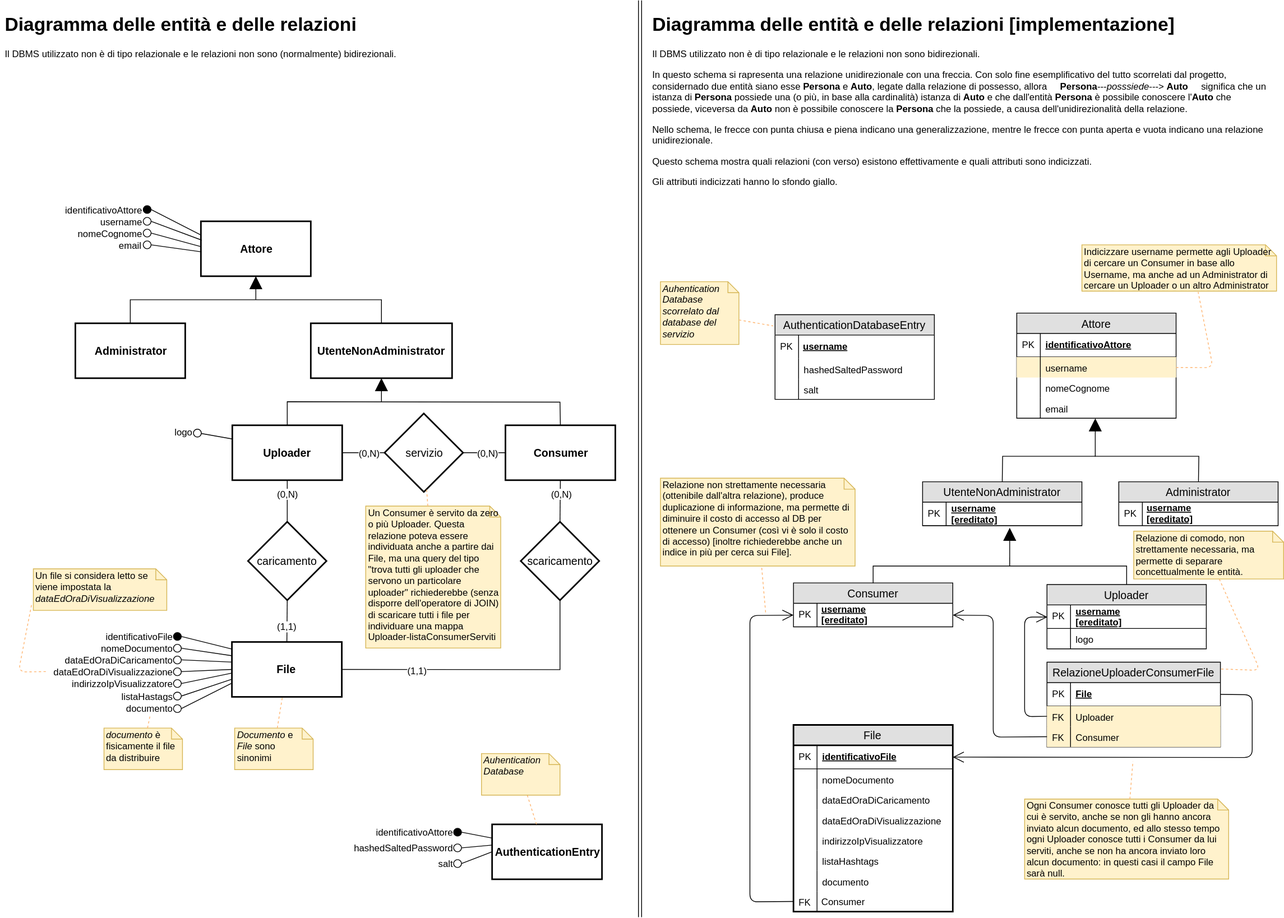
Before: algoritmi schemi e note progettuali/diagramma ER/diagramma_er.svg, a diagram exported from draw.io (matteoferfoglia/progetto-progrweb-2020). Source tidied: cells renumbered, new cells last; positions are measured from the earlier drawing's top-left corner, leaving out a move shared by most shapes.
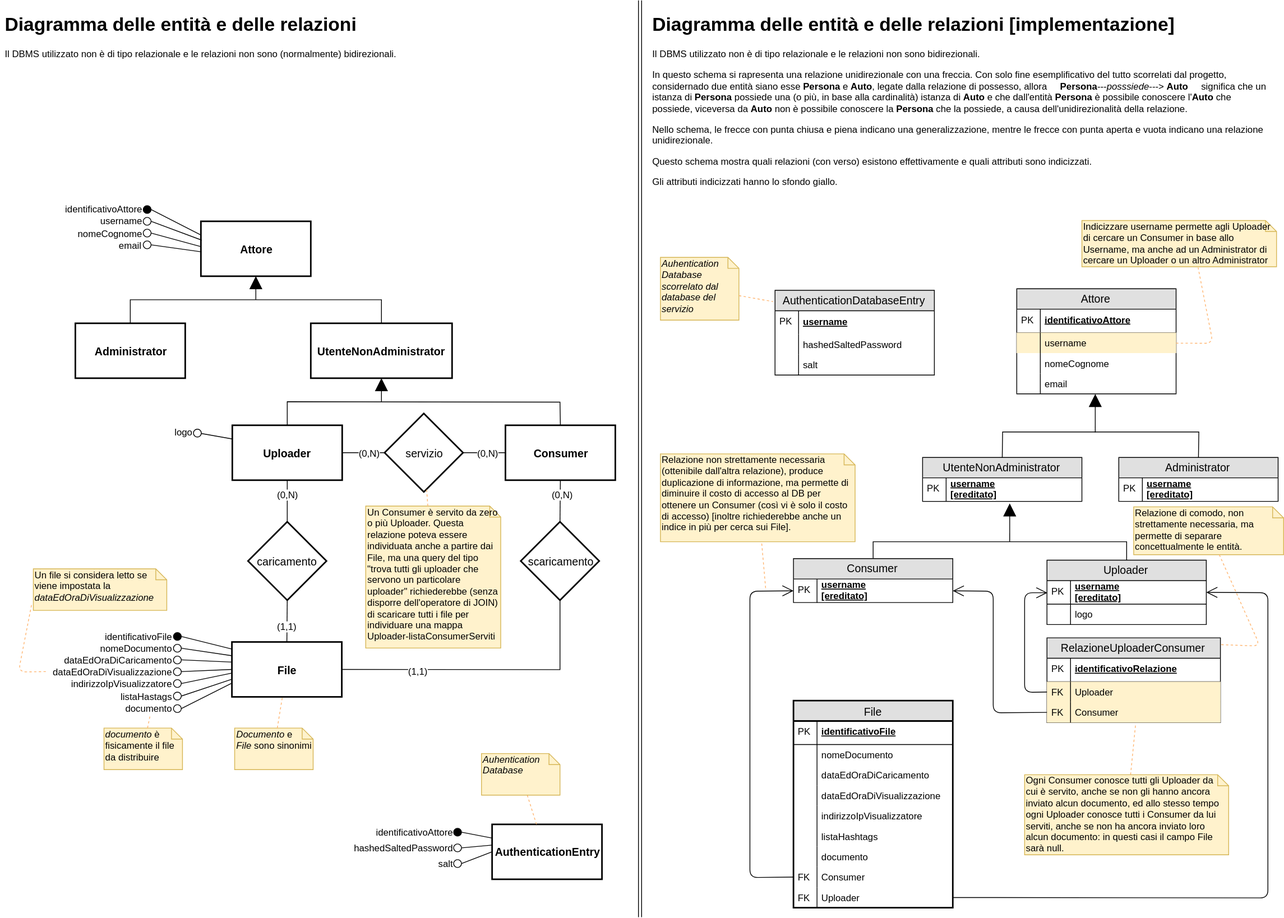
Above is the later version.

Diff of the diagram source:
```diff
@@ -452,10 +452,10 @@
       <mxGeometry relative="1" as="geometry" />
     </mxCell>
     <mxCell id="141" style="group;" parent="1" vertex="1">
-      <mxGeometry x="983" y="531" width="120" height="20" as="geometry" />
+      <mxGeometry x="983" y="500" width="120" height="20" as="geometry" />
     </mxCell>
     <mxCell id="142" value="File" style="swimlane;fontStyle=0;horizontal=1;startSize=26;fillColor=#e0e0e0;swimlaneFillColor=#ffffff;align=center;fontSize=14;strokeWidth=2;" parent="1" vertex="1">
-      <mxGeometry x="1009.5" y="923.5" width="203" height="238" as="geometry" />
+      <mxGeometry x="1009.5" y="892.5" width="203" height="264" as="geometry" />
     </mxCell>
     <mxCell id="143" value="identificativoFile" style="shape=partialRectangle;top=0;left=0;right=0;bottom=1;align=left;verticalAlign=middle;fillColor=none;spacingLeft=34;spacingRight=4;overflow=hidden;points=[[0,0.5],[1,0.5]];portConstraint=eastwest;fontStyle=5;fontSize=12;strokeColor=#000000;" parent="142" vertex="1">
       <mxGeometry y="26" width="203" height="30" as="geometry" />
@@ -499,16 +499,22 @@
     <mxCell id="156" style="shape=partialRectangle;top=0;left=0;bottom=0;fillColor=none;align=left;verticalAlign=top;spacingLeft=4;spacingRight=4;overflow=hidden;fontSize=12;" parent="155" vertex="1">
       <mxGeometry width="30" height="26" as="geometry" />
     </mxCell>
+    <mxCell id="217" value="Consumer" style="shape=partialRectangle;top=0;left=0;right=0;bottom=0;align=left;verticalAlign=top;spacingLeft=34;spacingRight=4;overflow=hidden;points=[[0,0.5],[1,0.5]];portConstraint=eastwest;fontSize=12;strokeWidth=2;strokeColor=none;fillColor=none;" parent="142" vertex="1">
+      <mxGeometry y="212" width="203" height="26" as="geometry" />
+    </mxCell>
+    <mxCell id="218" value="FK" style="shape=partialRectangle;top=0;left=0;bottom=0;fillColor=none;align=left;verticalAlign=top;spacingLeft=4;spacingRight=4;overflow=hidden;fontSize=12;" parent="217" vertex="1">
+      <mxGeometry width="30" height="26" as="geometry" />
+    </mxCell>
-    <mxCell id="157" value="Consumer" style="shape=partialRectangle;top=0;left=0;right=0;bottom=0;align=left;verticalAlign=top;spacingLeft=34;spacingRight=4;overflow=hidden;points=[[0,0.5],[1,0.5]];portConstraint=eastwest;fontSize=12;strokeWidth=2;strokeColor=none;fillColor=none;" parent="142" vertex="1">
-      <mxGeometry y="212" width="203" height="26" as="geometry" />
+    <mxCell id="157" value="Uploader" style="shape=partialRectangle;top=0;left=0;right=0;bottom=0;align=left;verticalAlign=top;spacingLeft=34;spacingRight=4;overflow=hidden;points=[[0,0.5],[1,0.5]];portConstraint=eastwest;fontSize=12;strokeWidth=2;strokeColor=none;fillColor=none;" parent="142" vertex="1">
+      <mxGeometry y="238" width="203" height="26" as="geometry" />
     </mxCell>
     <mxCell id="158" value="FK" style="shape=partialRectangle;top=0;left=0;bottom=0;fillColor=none;align=left;verticalAlign=top;spacingLeft=4;spacingRight=4;overflow=hidden;fontSize=12;" parent="157" vertex="1">
       <mxGeometry width="30" height="26" as="geometry" />
     </mxCell>
-    <mxCell id="159" value="RelazioneUploaderConsumerFile" style="swimlane;fontStyle=0;horizontal=1;startSize=26;fillColor=#e0e0e0;swimlaneFillColor=#ffffff;align=center;fontSize=14;" parent="1" vertex="1">
-      <mxGeometry x="1332.5" y="843.5" width="221" height="108" as="geometry" />
+    <mxCell id="159" value="RelazioneUploaderConsumer" style="swimlane;fontStyle=0;horizontal=1;startSize=26;fillColor=#e0e0e0;swimlaneFillColor=#ffffff;align=center;fontSize=14;" parent="1" vertex="1">
+      <mxGeometry x="1332.5" y="812.5" width="221" height="108" as="geometry" />
     </mxCell>
-    <mxCell id="160" value="File" style="shape=partialRectangle;top=0;left=0;right=0;bottom=1;align=left;verticalAlign=middle;fillColor=none;spacingLeft=34;spacingRight=4;overflow=hidden;points=[[0,0.5],[1,0.5]];portConstraint=eastwest;fontStyle=5;fontSize=12;" parent="159" vertex="1">
+    <mxCell id="160" value="identificativoRelazione" style="shape=partialRectangle;top=0;left=0;right=0;bottom=1;align=left;verticalAlign=middle;fillColor=none;spacingLeft=34;spacingRight=4;overflow=hidden;points=[[0,0.5],[1,0.5]];portConstraint=eastwest;fontStyle=5;fontSize=12;" parent="159" vertex="1">
       <mxGeometry y="26" width="221" height="30" as="geometry" />
     </mxCell>
     <mxCell id="161" value="PK" style="shape=partialRectangle;top=0;left=0;bottom=0;fillColor=none;align=left;verticalAlign=middle;spacingLeft=4;spacingRight=4;overflow=hidden;fontSize=12;" parent="160" vertex="1">
@@ -526,16 +532,8 @@
     <mxCell id="165" value="FK" style="shape=partialRectangle;top=0;left=0;bottom=0;fillColor=none;align=left;verticalAlign=top;spacingLeft=4;spacingRight=4;overflow=hidden;fontSize=12;" parent="164" vertex="1">
       <mxGeometry width="30" height="26" as="geometry" />
     </mxCell>
-    <mxCell id="166" style="endArrow=open;html=1;strokeColor=#000000;endFill=0;endSize=12;exitX=1;exitY=0.5;exitDx=0;exitDy=0;entryX=1;entryY=0.5;entryDx=0;entryDy=0;" parent="1" edge="1" source="160" target="143">
-      <mxGeometry relative="1" as="geometry">
-        <Array as="points">
-          <mxPoint x="1594" y="885" />
-          <mxPoint x="1594" y="965" />
-        </Array>
-      </mxGeometry>
-    </mxCell>
     <mxCell id="167" value="Uploader" style="swimlane;fontStyle=0;horizontal=1;startSize=26;fillColor=#e0e0e0;swimlaneFillColor=#ffffff;align=center;fontSize=14;" parent="1" vertex="1">
-      <mxGeometry x="1332.5" y="744.5" width="203" height="82" as="geometry" />
+      <mxGeometry x="1332.5" y="713.5" width="203" height="82" as="geometry" />
     </mxCell>
     <mxCell id="168" value="username&#10;[ereditato]" style="shape=partialRectangle;top=0;left=0;right=0;bottom=1;align=left;verticalAlign=middle;spacingLeft=34;spacingRight=4;overflow=hidden;points=[[0,0.5],[1,0.5]];portConstraint=eastwest;fontStyle=5;fontSize=12;strokeWidth=1;fillColor=none;strokeColor=#000000;" parent="167" vertex="1">
       <mxGeometry y="26" width="203" height="30" as="geometry" />
@@ -550,7 +548,7 @@
       <mxGeometry width="30" height="26" as="geometry" />
     </mxCell>
     <mxCell id="172" value="Consumer" style="swimlane;fontStyle=0;horizontal=1;startSize=26;fillColor=#e0e0e0;swimlaneFillColor=#ffffff;align=center;fontSize=14;" parent="1" vertex="1">
-      <mxGeometry x="1009.5" y="742.5" width="203" height="56" as="geometry" />
+      <mxGeometry x="1009.5" y="711.5" width="203" height="56" as="geometry" />
     </mxCell>
     <mxCell id="173" value="username&#10;[ereditato]" style="shape=partialRectangle;top=0;left=0;right=0;bottom=1;align=left;verticalAlign=middle;spacingLeft=34;spacingRight=4;overflow=hidden;points=[[0,0.5],[1,0.5]];portConstraint=eastwest;fontStyle=5;fontSize=12;strokeWidth=1;fillColor=none;strokeColor=none;" parent="172" vertex="1">
       <mxGeometry y="26" width="203" height="30" as="geometry" />
@@ -560,23 +558,23 @@
     </mxCell>
     <mxCell id="175" style="endArrow=open;html=1;strokeColor=#000000;endFill=0;endSize=12;exitX=0;exitY=0.5;exitDx=0;exitDy=0;" parent="1" edge="1" source="162">
       <mxGeometry relative="1" as="geometry">
-        <mxPoint x="1333" y="786" as="targetPoint" />
+        <mxPoint x="1333" y="755" as="targetPoint" />
         <Array as="points">
-          <mxPoint x="1304" y="913" />
-          <mxPoint x="1304" y="786" />
+          <mxPoint x="1304" y="882" />
+          <mxPoint x="1304" y="755" />
         </Array>
       </mxGeometry>
     </mxCell>
     <mxCell id="176" style="endArrow=open;html=1;strokeColor=#000000;endFill=0;endSize=12;exitX=0;exitY=0.5;exitDx=0;exitDy=0;entryX=1;entryY=0.5;entryDx=0;entryDy=0;" parent="1" edge="1" source="164" target="173">
       <mxGeometry relative="1" as="geometry">
         <Array as="points">
-          <mxPoint x="1264" y="939" />
-          <mxPoint x="1264" y="784" />
+          <mxPoint x="1264" y="908" />
+          <mxPoint x="1264" y="753" />
         </Array>
       </mxGeometry>
     </mxCell>
     <mxCell id="177" value="UtenteNonAdministrator" style="swimlane;fontStyle=0;horizontal=1;startSize=26;fillColor=#e0e0e0;swimlaneFillColor=#ffffff;align=center;fontSize=14;" parent="1" vertex="1">
-      <mxGeometry x="1174" y="613.5" width="203" height="56" as="geometry" />
+      <mxGeometry x="1174" y="582.5" width="203" height="56" as="geometry" />
     </mxCell>
     <mxCell id="178" value="username&#10;[ereditato]" style="shape=partialRectangle;top=0;left=0;right=0;bottom=1;align=left;verticalAlign=middle;spacingLeft=34;spacingRight=4;overflow=hidden;points=[[0,0.5],[1,0.5]];portConstraint=eastwest;fontStyle=5;fontSize=12;opacity=50;strokeWidth=1;fillColor=none;" parent="177" vertex="1">
       <mxGeometry y="26" width="203" height="30" as="geometry" />
@@ -585,7 +583,7 @@
       <mxGeometry width="30" height="30" as="geometry" />
     </mxCell>
     <mxCell id="180" value="Administrator" style="swimlane;fontStyle=0;horizontal=1;startSize=26;fillColor=#e0e0e0;swimlaneFillColor=#ffffff;align=center;fontSize=14;" parent="1" vertex="1">
-      <mxGeometry x="1424" y="613.5" width="203" height="56" as="geometry" />
+      <mxGeometry x="1424" y="582.5" width="203" height="56" as="geometry" />
     </mxCell>
     <mxCell id="181" value="username&#10;[ereditato]" style="shape=partialRectangle;top=0;left=0;right=0;bottom=1;align=left;verticalAlign=middle;spacingLeft=34;spacingRight=4;overflow=hidden;fontStyle=5;fontSize=12;strokeWidth=1;fillColor=none;strokeColor=none;" parent="180" vertex="1">
       <mxGeometry y="26" width="203" height="30" as="geometry" />
@@ -594,7 +592,7 @@
       <mxGeometry width="30" height="30" as="geometry" />
     </mxCell>
     <mxCell id="183" style="group;" parent="1" vertex="1">
-      <mxGeometry x="1111" y="721" width="323" as="geometry" />
+      <mxGeometry x="1111" y="690" width="323" as="geometry" />
     </mxCell>
     <mxCell id="184" style="endArrow=none;html=1;strokeWidth=1;fontStyle=1;strokeColor=#000000;rounded=0;entryX=0.5;entryY=0;entryDx=0;entryDy=0;exitX=0.5;exitY=0;exitDx=0;exitDy=0;" parent="183" edge="1" source="172" target="167">
       <mxGeometry relative="1" as="geometry">
@@ -612,19 +610,19 @@
     <mxCell id="186" style="endArrow=none;html=1;strokeWidth=1;fontStyle=1;strokeColor=#000000;rounded=0;entryX=0.5;entryY=0;entryDx=0;entryDy=0;exitX=0.5;exitY=0;exitDx=0;exitDy=0;" parent="1" edge="1" source="177" target="180">
       <mxGeometry relative="1" as="geometry">
         <Array as="points">
-          <mxPoint x="1276" y="581" />
-          <mxPoint x="1526" y="581" />
+          <mxPoint x="1276" y="550" />
+          <mxPoint x="1526" y="550" />
         </Array>
       </mxGeometry>
     </mxCell>
     <mxCell id="187" style="endArrow=block;html=1;entryX=0.547;entryY=1.089;entryDx=0;entryDy=0;endFill=1;strokeWidth=1;endSize=14;startSize=1;entryPerimeter=0;" parent="1" edge="1">
       <mxGeometry relative="1" as="geometry">
-        <mxPoint x="1394" y="581.5" as="sourcePoint" />
-        <mxPoint x="1394" y="532.7" as="targetPoint" />
+        <mxPoint x="1394" y="550.5" as="sourcePoint" />
+        <mxPoint x="1394" y="501.7" as="targetPoint" />
       </mxGeometry>
     </mxCell>
     <mxCell id="188" value="Attore" style="swimlane;fontStyle=0;horizontal=1;startSize=26;fillColor=#e0e0e0;swimlaneFillColor=#ffffff;align=center;fontSize=14;" parent="1" vertex="1">
-      <mxGeometry x="1294" y="398.5" width="203" height="134" as="geometry" />
+      <mxGeometry x="1294" y="367.5" width="203" height="134" as="geometry" />
     </mxCell>
     <mxCell id="189" value="identificativoAttore" style="shape=partialRectangle;top=0;left=0;right=0;bottom=1;align=left;verticalAlign=middle;spacingLeft=34;spacingRight=4;overflow=hidden;fontStyle=5;fontSize=12;fillColor=none;" parent="188" vertex="1">
       <mxGeometry y="26" width="203" height="30" as="geometry" />
@@ -651,7 +649,7 @@
       <mxGeometry width="30" height="26" as="geometry" />
     </mxCell>
     <mxCell id="197" value="AuthenticationDatabaseEntry" style="swimlane;fontStyle=0;horizontal=1;startSize=26;fillColor=#e0e0e0;swimlaneFillColor=#ffffff;align=center;fontSize=14;" parent="1" vertex="1">
-      <mxGeometry x="986" y="400.5" width="203" height="108" as="geometry" />
+      <mxGeometry x="986" y="369.5" width="203" height="108" as="geometry" />
     </mxCell>
     <mxCell id="198" value="username" style="shape=partialRectangle;top=0;left=0;right=0;bottom=1;align=left;verticalAlign=middle;fillColor=none;spacingLeft=34;spacingRight=4;overflow=hidden;fontStyle=5;fontSize=12;strokeColor=none;" parent="197" vertex="1">
       <mxGeometry y="26" width="203" height="30" as="geometry" />
@@ -672,7 +670,7 @@
       <mxGeometry width="30" height="26" as="geometry" />
     </mxCell>
     <mxCell id="204" value="&lt;i&gt;Auhentication&lt;br&gt;Database&lt;br&gt;scorrelato dal database del servizio&lt;br&gt;&lt;/i&gt;" style="shape=note;whiteSpace=wrap;html=1;size=14;verticalAlign=top;align=left;spacingTop=-6;fillColor=#fff2cc;strokeColor=#d6b656;" parent="1" vertex="1">
-      <mxGeometry x="840" y="358.5" width="100" height="80" as="geometry" />
+      <mxGeometry x="840" y="327.5" width="100" height="80" as="geometry" />
     </mxCell>
     <mxCell id="205" style="endArrow=none;dashed=1;html=1;strokeColor=#FFB570;fillColor=#ffcc99;entryX=-0.012;entryY=0.133;entryDx=0;entryDy=0;entryPerimeter=0;" parent="1" edge="1" source="204" target="197">
       <mxGeometry relative="1" as="geometry" />
@@ -686,50 +684,56 @@
         <mxPoint x="814" as="targetPoint" />
       </mxGeometry>
     </mxCell>
-    <mxCell id="208" style="endArrow=open;html=1;strokeColor=#000000;endFill=0;endSize=12;exitX=0;exitY=0.5;exitDx=0;exitDy=0;entryX=0;entryY=0.5;entryDx=0;entryDy=0;" parent="1" edge="1" source="157" target="173">
+    <mxCell id="208" style="endArrow=open;html=1;strokeColor=#000000;endFill=0;endSize=12;exitX=0;exitY=0.5;exitDx=0;exitDy=0;entryX=0;entryY=0.5;entryDx=0;entryDy=0;" parent="1" edge="1" source="217" target="173">
       <mxGeometry relative="1" as="geometry">
         <Array as="points">
-          <mxPoint x="954" y="1149" />
-          <mxPoint x="954" y="784" />
+          <mxPoint x="954" y="1118" />
+          <mxPoint x="954" y="753" />
         </Array>
       </mxGeometry>
     </mxCell>
     <mxCell id="209" value="Relazione non strettamente necessaria (ottenibile dall'altra relazione), produce duplicazione di informazione, ma permette di diminuire il costo di accesso al DB per ottenere un Consumer (così vi è solo il costo di accesso) [inoltre richiederebbe anche un indice in più per cerca sui File]." style="shape=note;whiteSpace=wrap;html=1;size=14;verticalAlign=top;align=left;spacingTop=-6;fillColor=#fff2cc;strokeColor=#d6b656;" parent="1" vertex="1">
-      <mxGeometry x="840" y="609" width="248" height="112" as="geometry" />
+      <mxGeometry x="840" y="578" width="248" height="112" as="geometry" />
     </mxCell>
     <mxCell id="210" style="endArrow=none;dashed=1;html=1;strokeColor=#FFB570;fillColor=#ffcc99;" parent="1" edge="1" target="209">
       <mxGeometry relative="1" as="geometry">
-        <mxPoint x="974" y="780" as="sourcePoint" />
+        <mxPoint x="974" y="749" as="sourcePoint" />
       </mxGeometry>
     </mxCell>
     <mxCell id="211" value="Ogni Consumer conosce tutti gli Uploader da cui è servito, anche se non gli hanno ancora inviato alcun documento, ed allo stesso tempo&lt;br&gt;ogni Uploader conosce tutti i Consumer da lui serviti, anche se non ha ancora inviato loro alcun documento: in questi casi il campo File sarà null." style="shape=note;whiteSpace=wrap;html=1;size=14;verticalAlign=top;align=left;spacingTop=-6;fillColor=#fff2cc;strokeColor=#d6b656;" parent="1" vertex="1">
-      <mxGeometry x="1304" y="1018" width="260" height="102" as="geometry" />
+      <mxGeometry x="1304" y="987" width="260" height="102" as="geometry" />
     </mxCell>
-    <mxCell id="212" style="endArrow=none;dashed=1;html=1;strokeColor=#FFB570;fillColor=#ffcc99;" parent="1" edge="1" source="211">
-      <mxGeometry relative="1" as="geometry">
-        <mxPoint x="1442" y="970" as="targetPoint" />
-      </mxGeometry>
+    <mxCell id="212" style="endArrow=none;dashed=1;html=1;strokeColor=#FFB570;fillColor=#ffcc99;entryX=0.511;entryY=1.074;entryDx=0;entryDy=0;entryPerimeter=0;" parent="1" edge="1" source="211" target="164">
+      <mxGeometry relative="1" as="geometry" />
     </mxCell>
     <mxCell id="213" value="Indicizzare username permette agli Uploader di cercare un Consumer in base allo Username, ma anche ad un Administrator di cercare un Uploader o un altro Administrator" style="shape=note;whiteSpace=wrap;html=1;size=14;verticalAlign=top;align=left;spacingTop=-6;fillColor=#fff2cc;strokeColor=#d6b656;" parent="1" vertex="1">
-      <mxGeometry x="1377" y="311.5" width="248" height="59" as="geometry" />
+      <mxGeometry x="1377" y="280.5" width="248" height="59" as="geometry" />
     </mxCell>
     <mxCell id="214" style="endArrow=none;dashed=1;html=1;strokeColor=#FFB570;fillColor=#ffcc99;entryX=0.597;entryY=1.017;entryDx=0;entryDy=0;entryPerimeter=0;" parent="1" edge="1" target="213">
       <mxGeometry relative="1" as="geometry">
-        <mxPoint x="1497" y="467.8" as="sourcePoint" />
+        <mxPoint x="1497" y="436.8" as="sourcePoint" />
         <Array as="points">
-          <mxPoint x="1544" y="468" />
+          <mxPoint x="1544" y="437" />
         </Array>
       </mxGeometry>
     </mxCell>
     <mxCell id="215" value="Relazione di comodo, non strettamente necessaria, ma permette di separare concettualmente le entità." style="shape=note;whiteSpace=wrap;html=1;size=14;verticalAlign=top;align=left;spacingTop=-6;fillColor=#fff2cc;strokeColor=#d6b656;" parent="1" vertex="1">
-      <mxGeometry x="1443" y="676.5" width="191" height="61" as="geometry" />
+      <mxGeometry x="1443" y="645.5" width="191" height="61" as="geometry" />
     </mxCell>
     <mxCell id="216" style="endArrow=none;dashed=1;html=1;strokeColor=#FFB570;fillColor=#ffcc99;entryX=1;entryY=0.08;entryDx=0;entryDy=0;entryPerimeter=0;" parent="1" edge="1" source="215" target="159">
       <mxGeometry relative="1" as="geometry">
         <Array as="points">
-          <mxPoint x="1604" y="854" />
+          <mxPoint x="1604" y="823" />
         </Array>
       </mxGeometry>
     </mxCell>
+    <mxCell id="219" style="endArrow=open;html=1;strokeColor=#000000;endFill=0;endSize=12;exitX=1;exitY=0.5;exitDx=0;exitDy=0;entryX=1;entryY=0.5;entryDx=0;entryDy=0;" parent="1" edge="1" source="157" target="168">
+      <mxGeometry relative="1" as="geometry">
+        <Array as="points">
+          <mxPoint x="1614" y="1144" />
+          <mxPoint x="1614" y="755" />
+        </Array>
+      </mxGeometry>
+    </mxCell>
   </root>
 </mxGraphModel>
```
